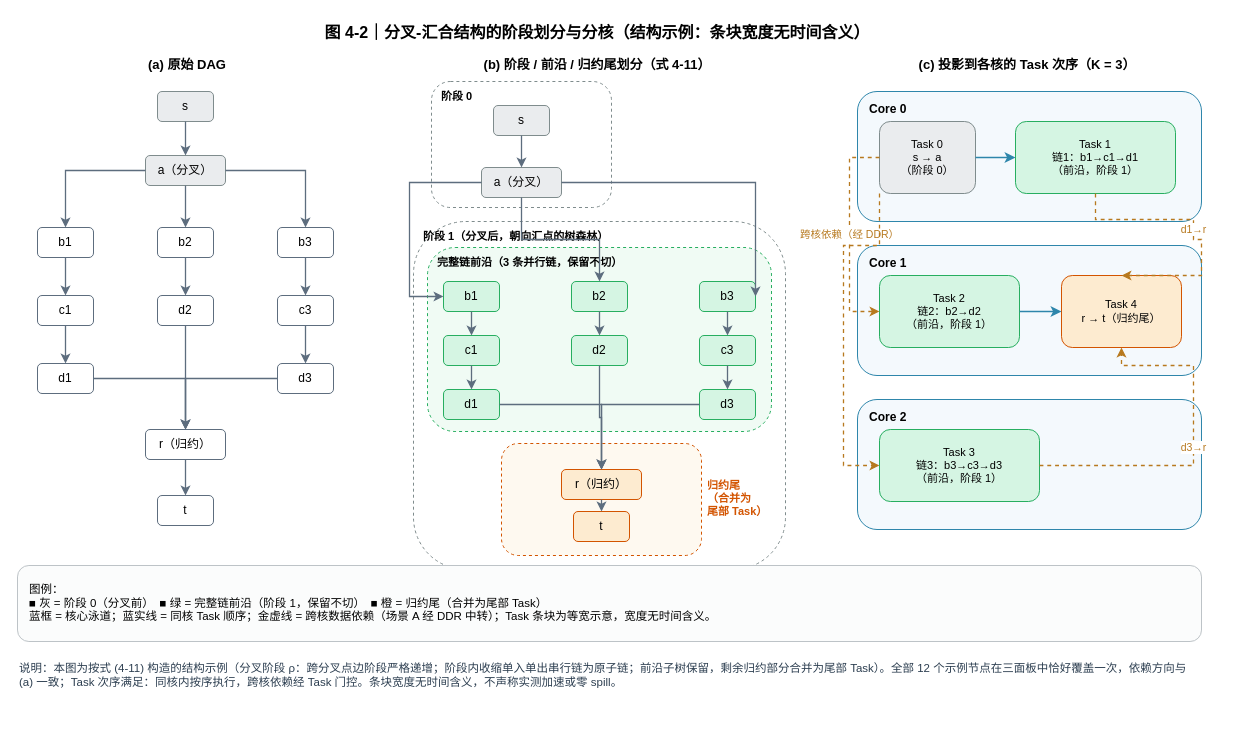
Vioano/huaweicup2026 keeps this draw.io diagram as figures/a/jia-fig4-2-20260926/fig4-2-fork-join-partition.drawio. Above is the earlier version. Source tidied: cells renumbered, new cells numbered last; positions are measured from the earlier drawing's top-left corner, leaving out a move shared by most shapes. Both pictures are drawn from the tidied source at 100%, with x=0, y=0 at pixel (17, 17).
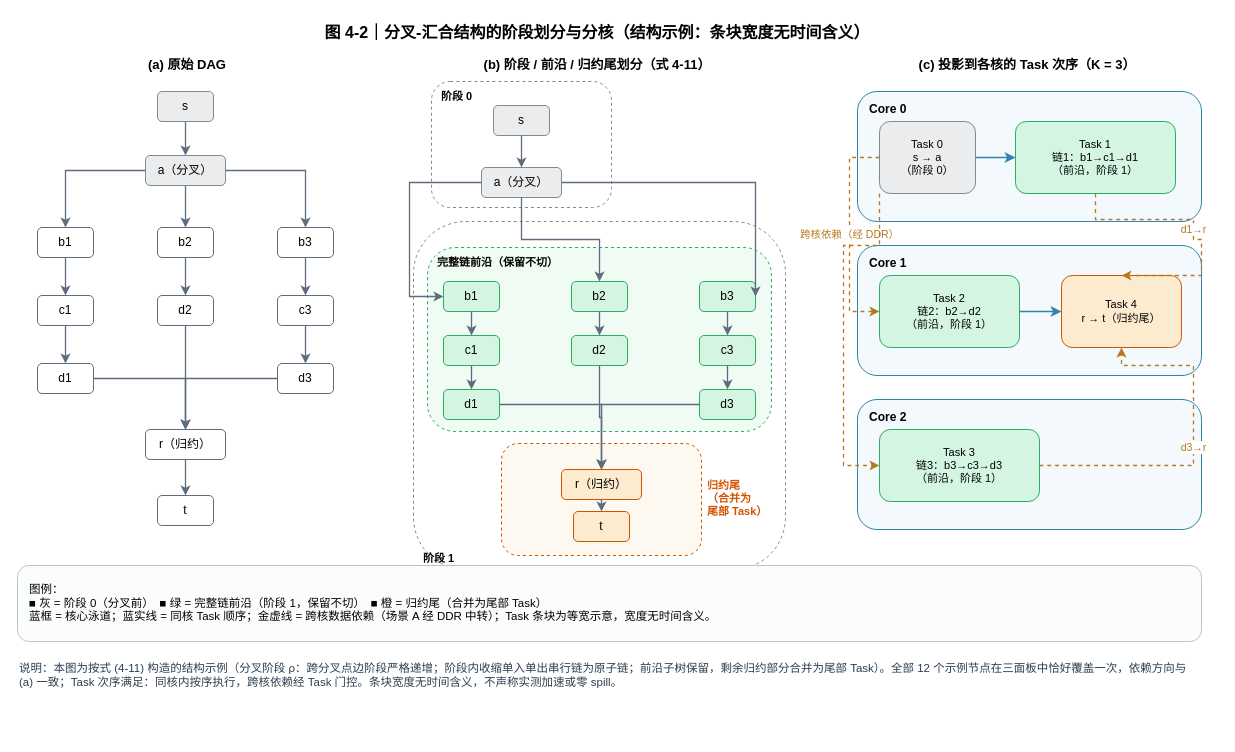
After the change.

Diff of the diagram source:
```diff
@@
-    <mxCell id="31" value="阶段 1（分叉后，朝向汇点的树森林）" style="rounded=1;whiteSpace=wrap;html=1;dashed=1;fillColor=none;strokeColor=#7F8C8D;fontSize=11;fontStyle=1;fontFamily=Microsoft YaHei;verticalAlign=top;align=left;spacingLeft=8;spacingTop=2;" parent="1" vertex="1">
+    <mxCell id="31" value="阶段 1" style="rounded=1;whiteSpace=wrap;html=1;dashed=1;fillColor=none;strokeColor=#7F8C8D;fontSize=11;fontStyle=1;fontFamily=Microsoft YaHei;verticalAlign=bottom;align=left;spacingLeft=8;spacingBottom=2;" parent="1" vertex="1">
       <mxGeometry x="396" y="204" width="372" height="348" as="geometry" />
     </mxCell>
-    <mxCell id="32" value="完整链前沿（3 条并行链，保留不切）" style="rounded=1;whiteSpace=wrap;html=1;dashed=1;fillColor=#F0FBF4;strokeColor=#27AE60;fontSize=11;fontStyle=1;fontFamily=Microsoft YaHei;verticalAlign=top;align=left;spacingLeft=8;spacingTop=2;" parent="1" vertex="1">
+    <mxCell id="32" value="完整链前沿（保留不切）" style="rounded=1;whiteSpace=wrap;html=1;dashed=1;fillColor=#F0FBF4;strokeColor=#27AE60;fontSize=11;fontStyle=1;fontFamily=Microsoft YaHei;verticalAlign=top;align=left;spacingLeft=8;spacingTop=2;" parent="1" vertex="1">
       <mxGeometry x="410" y="230" width="344" height="184" as="geometry" />
     </mxCell>
```
